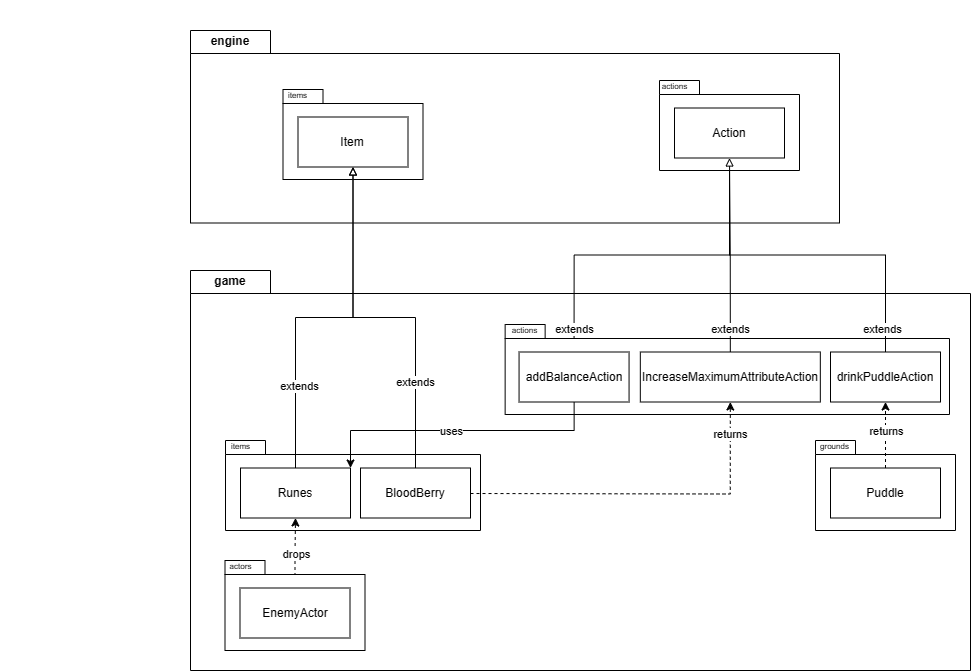
Above: docs/design/A2-UML/REQ2 - UML.png in dboo0012/Designborne (draw.io), before the change. Source tidied: cells renumbered, new cells last; positions are measured from the earlier drawing's top-left corner, leaving out a move shared by most shapes.
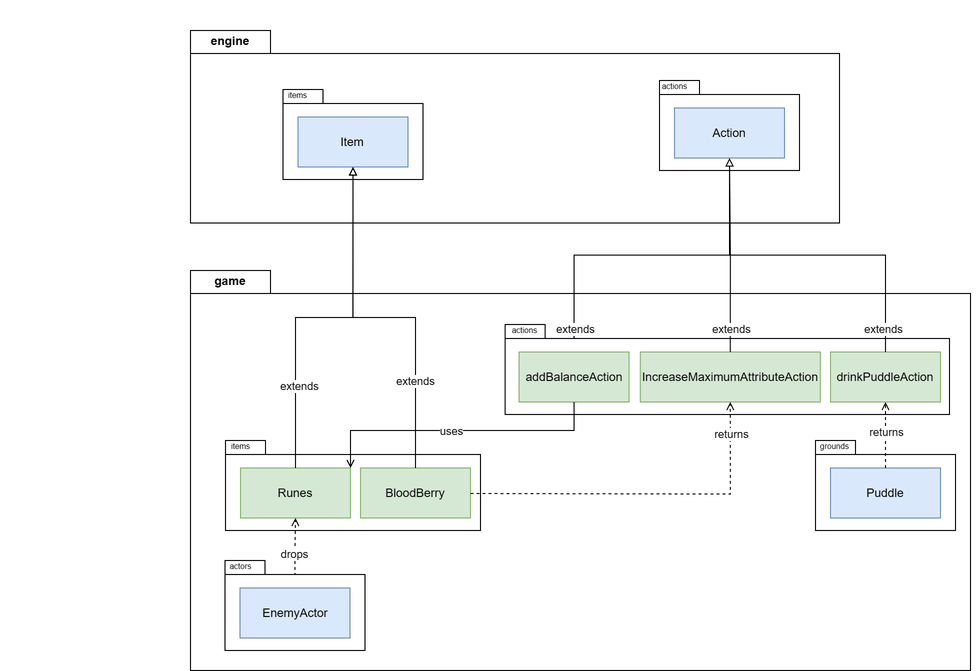
Later version of the same file.

Commit message:
Color coded REQ2-UML, REQ3-UML

Change to the diagram source:
```diff
@@ -14,13 +14,13 @@
     <mxCell id="5" style="shape=folder;fontStyle=1;spacingTop=10;tabWidth=40;tabHeight=14;tabPosition=left;html=1;whiteSpace=wrap;" parent="4" vertex="1">
       <mxGeometry x="5" y="10" width="255" height="90" as="geometry" />
     </mxCell>
-    <mxCell id="6" value="Runes" style="html=1;whiteSpace=wrap;" parent="4" vertex="1">
+    <mxCell id="6" value="Runes" style="html=1;whiteSpace=wrap;fillColor=#d5e8d4;strokeColor=#82b366;" parent="4" vertex="1">
       <mxGeometry x="20" y="37.5" width="110" height="50" as="geometry" />
     </mxCell>
     <mxCell id="7" value="&lt;font style=&quot;font-size: 8px;&quot;&gt;items&lt;/font&gt;" style="text;html=1;align=center;verticalAlign=middle;strokeColor=none;fillColor=none;" parent="4" vertex="1">
       <mxGeometry width="40" height="30" as="geometry" />
     </mxCell>
-    <mxCell id="8" value="BloodBerry" style="html=1;whiteSpace=wrap;" parent="4" vertex="1">
+    <mxCell id="8" value="BloodBerry" style="html=1;whiteSpace=wrap;fillColor=#d5e8d4;strokeColor=#82b366;" parent="4" vertex="1">
       <mxGeometry x="140" y="37.5" width="110" height="50" as="geometry" />
     </mxCell>
     <mxCell id="9" style="edgeStyle=orthogonalEdgeStyle;rounded=0;jettySize=auto;html=1;endArrow=block;endFill=0;exitX=0.5;exitY=0;exitDx=0;exitDy=0;" parent="1" edge="1" source="14" target="44">
@@ -42,16 +42,16 @@
     <mxCell id="13" style="shape=folder;fontStyle=1;spacingTop=10;tabWidth=40;tabHeight=14;tabPosition=left;html=1;whiteSpace=wrap;" parent="12" vertex="1">
       <mxGeometry x="5.6" y="10" width="444.4" height="90" as="geometry" />
     </mxCell>
-    <mxCell id="14" value="addBalanceAction" style="html=1;whiteSpace=wrap;" parent="12" vertex="1">
+    <mxCell id="14" value="addBalanceAction" style="html=1;whiteSpace=wrap;fillColor=#d5e8d4;strokeColor=#82b366;" parent="12" vertex="1">
       <mxGeometry x="19.6" y="37.5" width="110" height="50" as="geometry" />
     </mxCell>
     <mxCell id="15" value="&lt;span style=&quot;font-size: 8px;&quot;&gt;actions&lt;/span&gt;" style="text;html=1;align=center;verticalAlign=middle;strokeColor=none;fillColor=none;" parent="12" vertex="1">
       <mxGeometry width="50" height="30" as="geometry" />
     </mxCell>
-    <mxCell id="16" value="drinkPuddleAction" style="html=1;whiteSpace=wrap;" parent="12" vertex="1">
+    <mxCell id="16" value="drinkPuddleAction" style="html=1;whiteSpace=wrap;fillColor=#d5e8d4;strokeColor=#82b366;" parent="12" vertex="1">
       <mxGeometry x="331" y="37.5" width="110" height="50" as="geometry" />
     </mxCell>
-    <mxCell id="17" value="IncreaseMaximumAttributeAction" style="html=1;whiteSpace=wrap;" parent="12" vertex="1">
+    <mxCell id="17" value="IncreaseMaximumAttributeAction" style="html=1;whiteSpace=wrap;fillColor=#d5e8d4;strokeColor=#82b366;" parent="12" vertex="1">
       <mxGeometry x="140.8" y="37.5" width="180" height="50" as="geometry" />
     </mxCell>
     <mxCell id="18" style="edgeStyle=orthogonalEdgeStyle;rounded=0;jettySize=auto;html=1;endArrow=block;endFill=0;exitX=0.5;exitY=0;exitDx=0;exitDy=0;entryX=0.5;entryY=1;entryDx=0;entryDy=0;" parent="1" edge="1" source="16" target="44">
@@ -62,7 +62,7 @@
         <mxPoint x="43" y="74" as="offset" />
       </mxGeometry>
     </mxCell>
-    <mxCell id="20" style="edgeStyle=orthogonalEdgeStyle;rounded=0;jettySize=auto;html=1;entryX=0.5;entryY=1;entryDx=0;entryDy=0;dashed=1;" parent="1" edge="1" target="17">
+    <mxCell id="20" style="edgeStyle=orthogonalEdgeStyle;rounded=0;jettySize=auto;html=1;entryX=0.5;entryY=1;entryDx=0;entryDy=0;dashed=1;endArrow=open;endFill=0;" parent="1" edge="1" target="17">
       <mxGeometry relative="1" as="geometry">
         <mxPoint x="470" y="493" as="sourcePoint" />
       </mxGeometry>
@@ -70,7 +70,7 @@
     <mxCell id="21" value="returns" style="edgeLabel;html=1;align=center;verticalAlign=middle;" parent="20" vertex="1">
       <mxGeometry x="0.82" relative="1" as="geometry" />
     </mxCell>
-    <mxCell id="22" style="edgeStyle=orthogonalEdgeStyle;rounded=0;jettySize=auto;html=1;dashed=1;fontSize=13;exitX=0.5;exitY=0;exitDx=0;exitDy=0;" parent="1" edge="1" source="26" target="6">
+    <mxCell id="22" style="edgeStyle=orthogonalEdgeStyle;rounded=0;jettySize=auto;html=1;dashed=1;fontSize=13;exitX=0.5;exitY=0;exitDx=0;exitDy=0;endArrow=open;endFill=0;" parent="1" edge="1" source="26" target="6">
       <mxGeometry relative="1" as="geometry" />
     </mxCell>
     <mxCell id="23" value="drops" style="edgeLabel;html=1;align=center;verticalAlign=middle;" parent="22" vertex="1">
@@ -82,13 +82,13 @@
     <mxCell id="25" style="shape=folder;fontStyle=1;spacingTop=10;tabWidth=40;tabHeight=14;tabPosition=left;html=1;whiteSpace=wrap;" parent="24" vertex="1">
       <mxGeometry x="5" y="10" width="140" height="90" as="geometry" />
     </mxCell>
-    <mxCell id="26" value="EnemyActor" style="html=1;whiteSpace=wrap;" parent="24" vertex="1">
+    <mxCell id="26" value="EnemyActor" style="html=1;whiteSpace=wrap;fillColor=#dae8fc;strokeColor=#6c8ebf;" parent="24" vertex="1">
       <mxGeometry x="20" y="37.5" width="110" height="50" as="geometry" />
     </mxCell>
     <mxCell id="27" value="&lt;span style=&quot;font-size: 8px;&quot;&gt;actors&lt;/span&gt;" style="text;html=1;align=center;verticalAlign=middle;strokeColor=none;fillColor=none;" parent="24" vertex="1">
       <mxGeometry x="-5" width="50" height="30" as="geometry" />
     </mxCell>
-    <mxCell id="28" style="edgeStyle=orthogonalEdgeStyle;rounded=0;jettySize=auto;html=1;entryX=1;entryY=0;entryDx=0;entryDy=0;" parent="1" edge="1" source="14" target="6">
+    <mxCell id="28" style="edgeStyle=orthogonalEdgeStyle;rounded=0;jettySize=auto;html=1;entryX=1;entryY=0;entryDx=0;entryDy=0;endArrow=open;endFill=0;" parent="1" edge="1" source="14" target="6">
       <mxGeometry relative="1" as="geometry">
         <Array as="points">
           <mxPoint x="574" y="430" />
@@ -107,13 +107,13 @@
     <mxCell id="31" style="shape=folder;fontStyle=1;spacingTop=10;tabWidth=40;tabHeight=14;tabPosition=left;html=1;whiteSpace=wrap;" parent="30" vertex="1">
       <mxGeometry x="5" y="10" width="140" height="90" as="geometry" />
     </mxCell>
-    <mxCell id="32" value="Puddle" style="html=1;whiteSpace=wrap;" parent="30" vertex="1">
+    <mxCell id="32" value="Puddle" style="html=1;whiteSpace=wrap;fillColor=#dae8fc;strokeColor=#6c8ebf;" parent="30" vertex="1">
       <mxGeometry x="20" y="37.5" width="110" height="50" as="geometry" />
     </mxCell>
     <mxCell id="33" value="&lt;span style=&quot;font-size: 8px;&quot;&gt;grounds&lt;/span&gt;" style="text;html=1;align=center;verticalAlign=middle;strokeColor=none;fillColor=none;" parent="30" vertex="1">
       <mxGeometry x="-1" width="50" height="30" as="geometry" />
     </mxCell>
-    <mxCell id="34" style="edgeStyle=orthogonalEdgeStyle;rounded=0;jettySize=auto;html=1;exitX=0.5;exitY=0;exitDx=0;exitDy=0;dashed=1;" parent="1" edge="1" source="32" target="16">
+    <mxCell id="34" style="edgeStyle=orthogonalEdgeStyle;rounded=0;jettySize=auto;html=1;exitX=0.5;exitY=0;exitDx=0;exitDy=0;dashed=1;endArrow=open;endFill=0;" parent="1" edge="1" source="32" target="16">
       <mxGeometry relative="1" as="geometry" />
     </mxCell>
     <mxCell id="35" value="returns" style="edgeLabel;html=1;align=center;verticalAlign=middle;" parent="34" vertex="1">
@@ -135,7 +135,7 @@
     <mxCell id="39" style="shape=folder;fontStyle=1;spacingTop=10;tabWidth=40;tabHeight=14;tabPosition=left;html=1;whiteSpace=wrap;" parent="38" vertex="1">
       <mxGeometry x="5" y="10" width="140" height="90" as="geometry" />
     </mxCell>
-    <mxCell id="40" value="Item" style="html=1;whiteSpace=wrap;" parent="38" vertex="1">
+    <mxCell id="40" value="Item" style="html=1;whiteSpace=wrap;fillColor=#dae8fc;strokeColor=#6c8ebf;" parent="38" vertex="1">
       <mxGeometry x="20" y="37.5" width="110" height="50" as="geometry" />
     </mxCell>
     <mxCell id="41" value="&lt;font style=&quot;font-size: 8px;&quot;&gt;items&lt;/font&gt;" style="text;html=1;align=center;verticalAlign=middle;strokeColor=none;fillColor=none;" parent="38" vertex="1">
@@ -147,7 +147,7 @@
     <mxCell id="43" style="shape=folder;fontStyle=1;spacingTop=10;tabWidth=40;tabHeight=14;tabPosition=left;html=1;whiteSpace=wrap;" parent="42" vertex="1">
       <mxGeometry x="5" y="10" width="140" height="90" as="geometry" />
     </mxCell>
-    <mxCell id="44" value="Action" style="html=1;whiteSpace=wrap;" parent="42" vertex="1">
+    <mxCell id="44" value="Action" style="html=1;whiteSpace=wrap;fillColor=#dae8fc;strokeColor=#6c8ebf;" parent="42" vertex="1">
       <mxGeometry x="20" y="37.5" width="110" height="50" as="geometry" />
     </mxCell>
     <mxCell id="45" value="&lt;span style=&quot;font-size: 8px;&quot;&gt;actions&lt;/span&gt;" style="text;html=1;align=center;verticalAlign=middle;strokeColor=none;fillColor=none;" parent="42" vertex="1">
```
